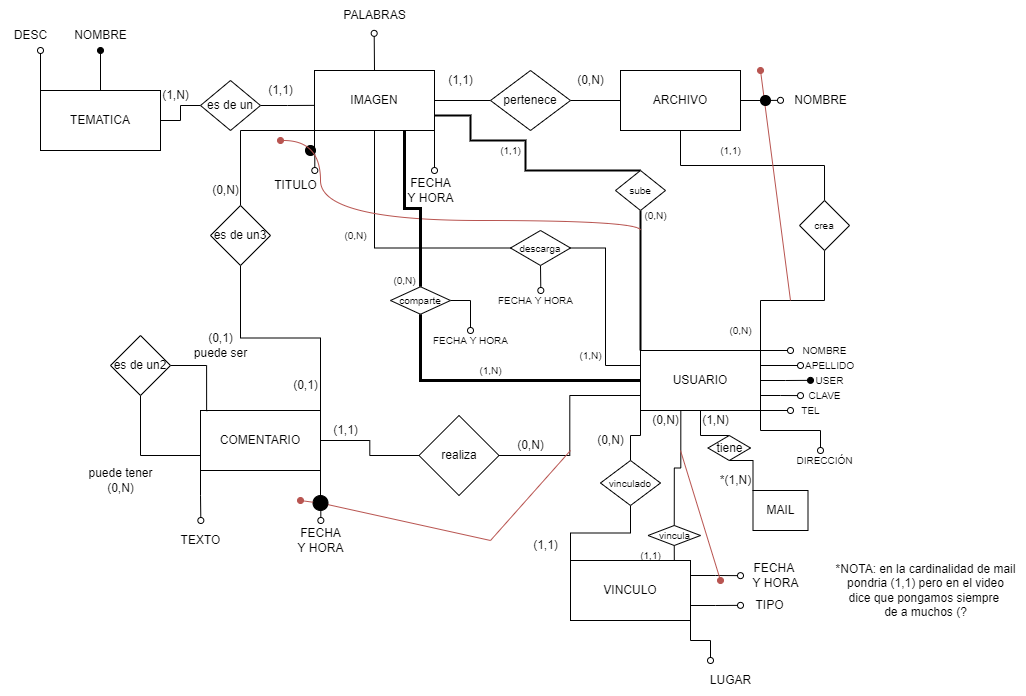
The draw.io diagram PRACTICA 2/Parte1/Ejercicio2/Ejercicio2-logico.png in agusrnfr/DBD, before a commit. Source tidied: cells renumbered, new cells last; positions are measured from the earlier drawing's top-left corner, leaving out a move shared by most shapes.
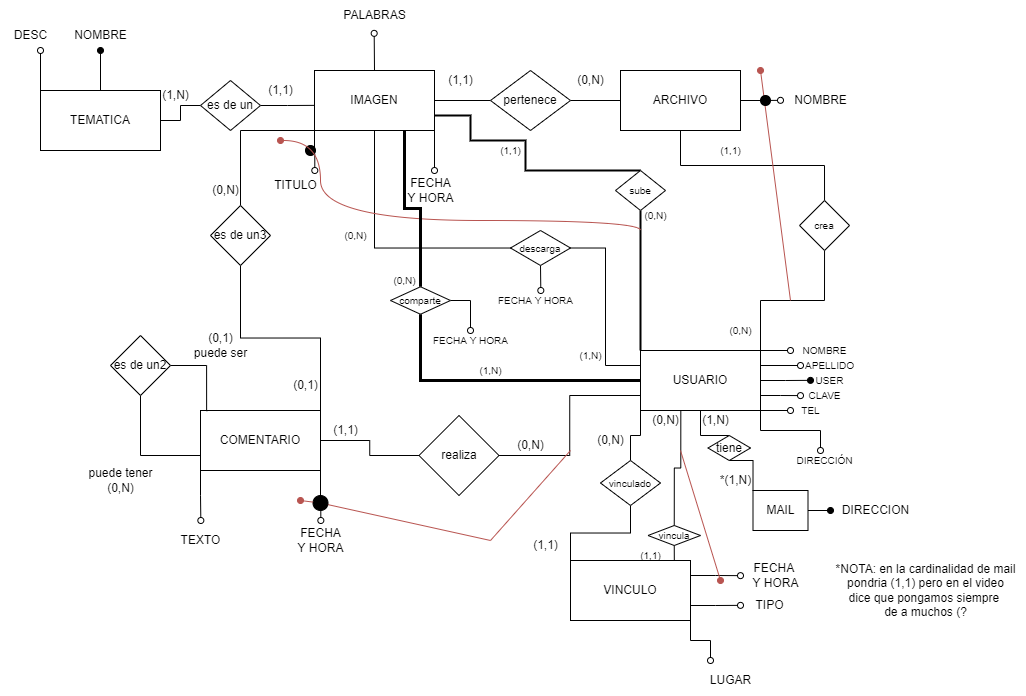
Later version of the same file.

Change to the diagram source:
```diff
@@ -400,6 +400,11 @@
         <mxPoint x="300" y="500" as="sourcePoint" />
       </mxGeometry>
     </mxCell>
+    <mxCell id="118" style="edgeStyle=orthogonalEdgeStyle;rounded=0;jettySize=auto;html=1;exitX=1;exitY=0.5;exitDx=0;exitDy=0;endArrow=oval;endFill=1;" parent="1" edge="1" source="109">
+      <mxGeometry relative="1" as="geometry">
+        <mxPoint x="830" y="509.9" as="targetPoint" />
+      </mxGeometry>
+    </mxCell>
     <mxCell id="109" value="MAIL" style="rounded=0;whiteSpace=wrap;html=1;fontSize=12;fontColor=#000000;fillColor=#FFFFFF;" parent="1" vertex="1">
       <mxGeometry x="752.5" y="490" width="55" height="40" as="geometry" />
     </mxCell>
@@ -427,5 +432,8 @@
     <mxCell id="117" value="(1,1)" style="text;html=1;align=center;verticalAlign=middle;strokeColor=none;fillColor=none;fontSize=10;" parent="1" vertex="1">
       <mxGeometry x="630" y="540" width="40" height="30" as="geometry" />
     </mxCell>
+    <mxCell id="119" value="DIRECCION" style="text;html=1;align=center;verticalAlign=middle;strokeColor=none;fillColor=none;" parent="1" vertex="1">
+      <mxGeometry x="830" y="495" width="90" height="30" as="geometry" />
+    </mxCell>
   </root>
 </mxGraphModel>
```
